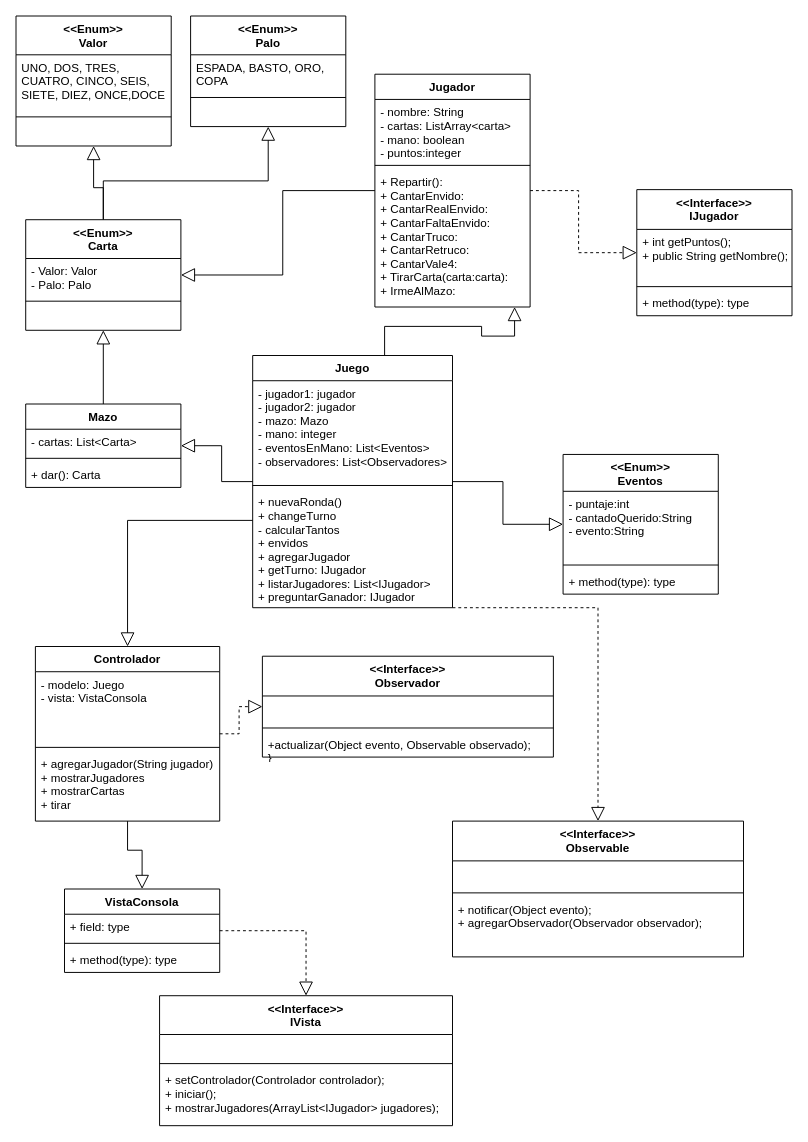
The draw.io diagram Truco/Diagrama-Truco.drawio in LucasLatessa/ProgramacionOO-Lucas_Latessa, before the edit. Source tidied: cells renumbered, new cells numbered last; positions are measured from the earlier drawing's top-left corner, leaving out a move shared by most shapes. Both pictures are drawn from the tidied source at 97%, with x=0, y=0 at pixel (16, 16).
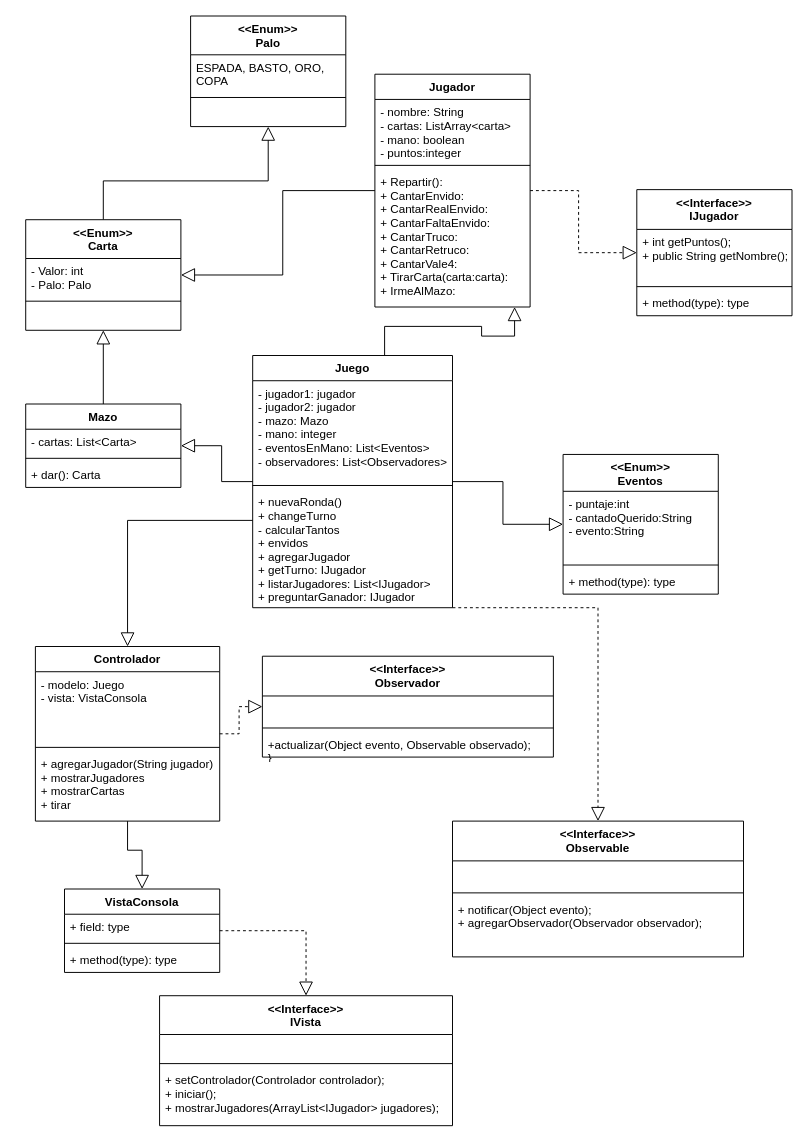
After the change.

Commit message (it also covers changes not shown here):
cambio en uml

The change refers to these unchanged cells:
```xml
<mxCell id="15" value="&lt;&lt;Enum&gt;&gt;&#10;Carta" style="swimlane;fontStyle=1;align=center;verticalAlign=top;horizontal=1;startSize=40;" parent="1" vertex="1">
  <mxGeometry x="10" y="210" width="160" height="114" as="geometry" />
</mxCell>
```

Diff of the diagram source:
```diff
@@
-    <mxCell id="13" style="edgeStyle=orthogonalEdgeStyle;rounded=0;jettySize=auto;html=1;endArrow=block;endFill=0;strokeWidth=1;endSize=12;" parent="1" edge="1" source="15" target="25">
-      <mxGeometry relative="1" as="geometry" />
-    </mxCell>
@@
-    <mxCell id="16" value="- Valor: Valor&#10;- Palo: Palo" style="text;strokeColor=none;fillColor=none;align=left;verticalAlign=top;spacingLeft=4;spacingRight=4;overflow=hidden;" parent="15" vertex="1">
+    <mxCell id="16" value="- Valor: int&#10;- Palo: Palo" style="text;strokeColor=none;fillColor=none;align=left;verticalAlign=top;spacingLeft=4;spacingRight=4;overflow=hidden;" parent="15" vertex="1">
       <mxGeometry y="40" width="160" height="40" as="geometry" />
     </mxCell>
@@
-    <mxCell id="25" value="&lt;&lt;Enum&gt;&gt;&#10;Valor" style="swimlane;fontStyle=1;align=center;verticalAlign=top;horizontal=1;startSize=40;" parent="1" vertex="1">
-      <mxGeometry width="160" height="134" as="geometry" />
-    </mxCell>
-    <mxCell id="26" value="UNO, DOS, TRES, &#10;CUATRO, CINCO, SEIS,&#10;SIETE, DIEZ, ONCE,DOCE&#10;" style="text;strokeColor=none;fillColor=none;align=left;verticalAlign=top;spacingLeft=4;spacingRight=4;overflow=hidden;" parent="25" vertex="1">
-      <mxGeometry y="40" width="160" height="60" as="geometry" />
-    </mxCell>
-    <mxCell id="27" style="line;strokeWidth=1;fillColor=none;align=left;verticalAlign=middle;spacingTop=-1;spacingLeft=3;spacingRight=3;labelPosition=right;strokeColor=inherit;" parent="25" vertex="1">
-      <mxGeometry y="100" width="160" height="8" as="geometry" />
-    </mxCell>
-    <mxCell id="28" value=" " style="text;strokeColor=none;fillColor=none;align=left;verticalAlign=top;spacingLeft=4;spacingRight=4;overflow=hidden;" parent="25" vertex="1">
-      <mxGeometry y="108" width="160" height="26" as="geometry" />
-    </mxCell>
```
